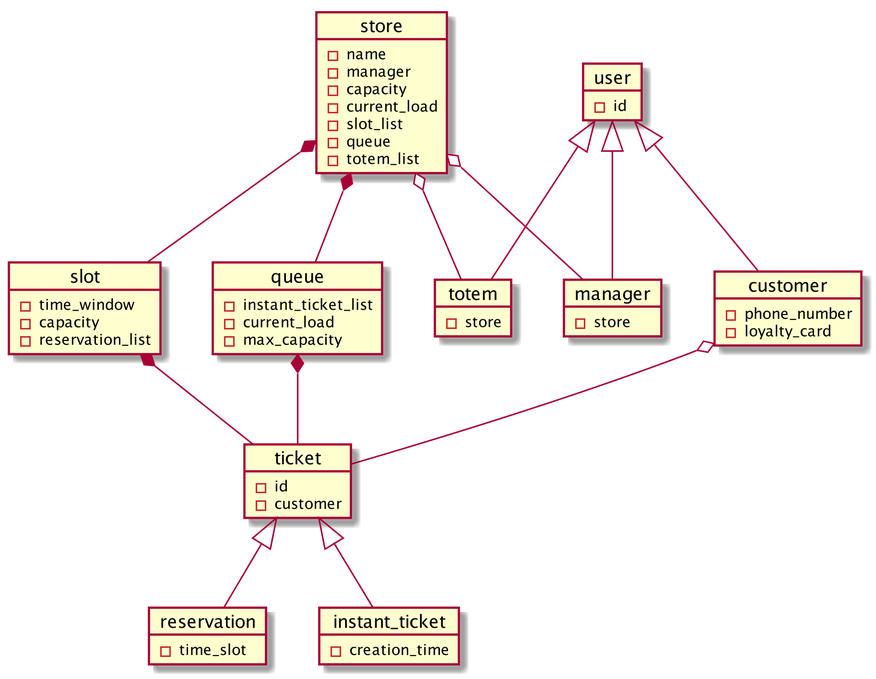
andreafra/Software-Engineering-2-Project-2021 keeps this PlantUML diagram as RASD/uml/high_level_UML.png. Above is the earlier version. Its source is kept beside it as RASD/uml/high_level_UML.puml.
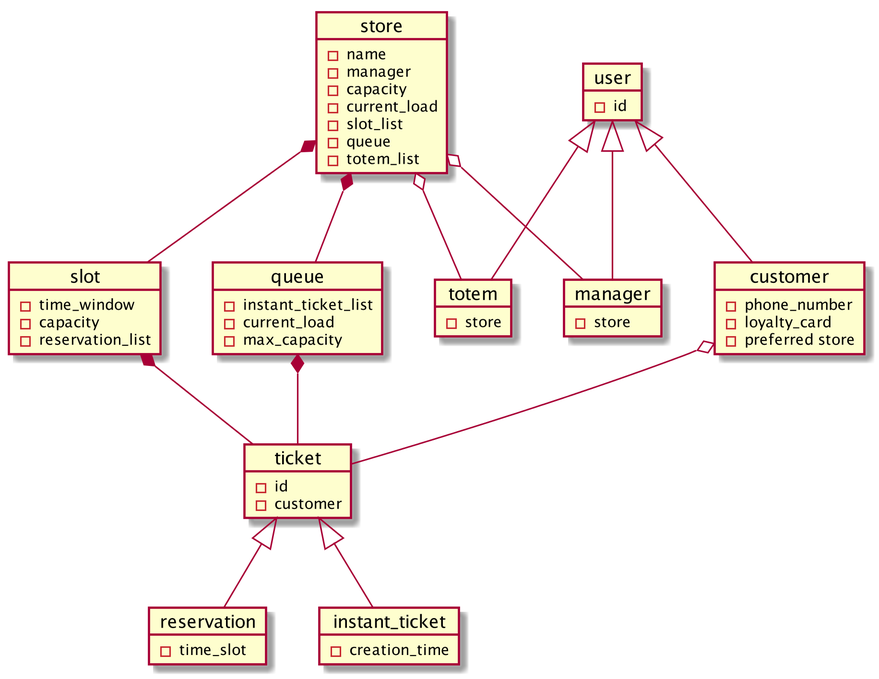
Above is the later version.

Change to the diagram source:
```diff
@@ -15,6 +15,7 @@
 object customer{
     - phone_number
     - loyalty_card
+    - preferred store
 }
 object queue{
     - instant_ticket_list
```
